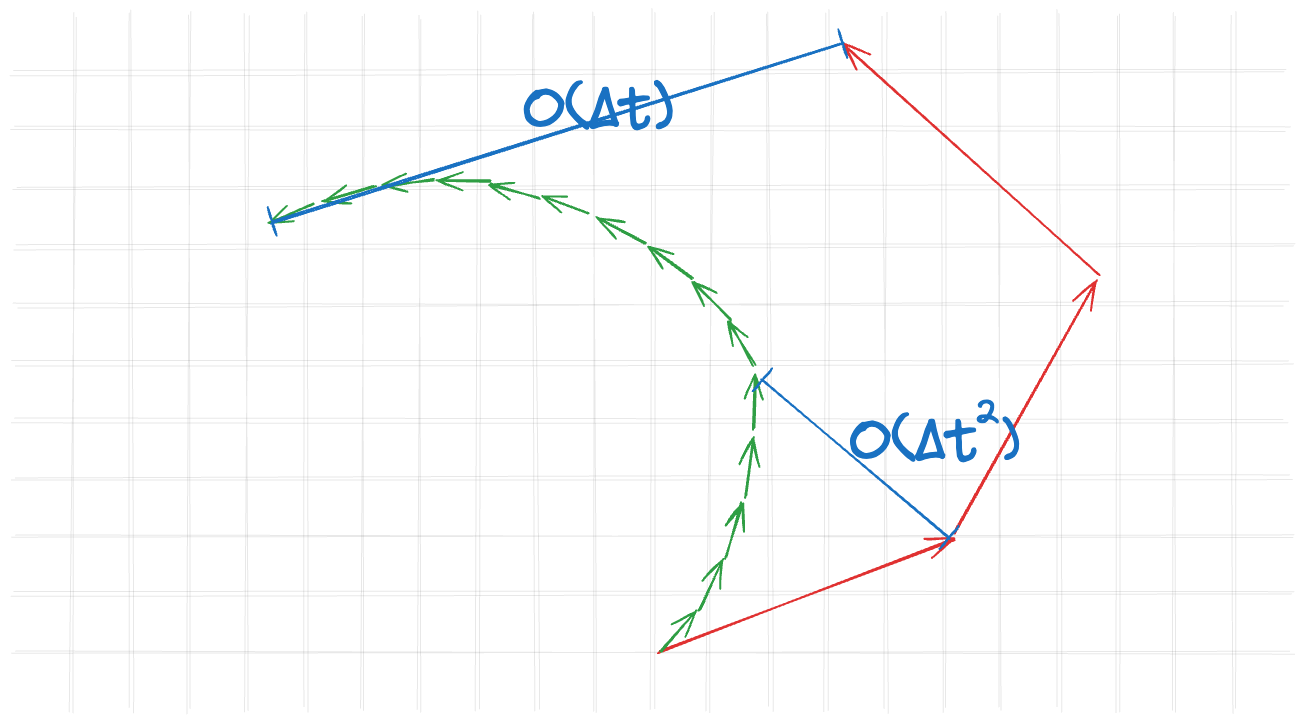
The Excalidraw diagram assets/images/numerical_method/accuracy_forward.excalidraw.png in kozakromch/game_physics_2, before a commit. Source tidied: one line per element, renumbered; positions are measured from the earlier drawing's top-left corner, leaving out a move shared by most shapes. The source it was exported from:
```json
{"id": 0, "type": "line", "strokeColor": "#1e1e1e", "strokeWidth": 1, "roughness": 2, "opacity": 10, "round": true, "x": 290, "y": 29, "width": 1272, "height": 0, "points": [[0, 0], [1272, 0]]}
{"id": 1, "type": "line", "strokeColor": "#1e1e1e", "strokeWidth": 1, "roughness": 2, "opacity": 10, "round": true, "x": 290, "y": 377, "width": 1272, "height": 0, "points": [[0, 0], [1272, 0]]}
{"id": 2, "type": "line", "strokeColor": "#1e1e1e", "strokeWidth": 1, "roughness": 2, "opacity": 10, "round": true, "x": 290, "y": 87, "width": 1275, "height": 0, "points": [[0, 0], [1275, 0]]}
{"id": 3, "type": "line", "strokeColor": "#1e1e1e", "strokeWidth": 1, "roughness": 2, "opacity": 10, "round": true, "x": 290, "y": 435, "width": 1280, "height": 0, "points": [[0, 0], [1280, 0]]}
{"id": 4, "type": "line", "strokeColor": "#1e1e1e", "strokeWidth": 1, "roughness": 2, "opacity": 10, "round": true, "x": 290, "y": 145, "width": 1273, "height": 0, "points": [[0, 0], [1273, 0]]}
{"id": 5, "type": "line", "strokeColor": "#1e1e1e", "strokeWidth": 1, "roughness": 2, "opacity": 10, "round": true, "x": 290, "y": 493, "width": 1278, "height": 0, "points": [[0, 0], [1278, 0]]}
{"id": 6, "type": "line", "strokeColor": "#1e1e1e", "strokeWidth": 1, "roughness": 2, "opacity": 10, "round": true, "x": 290, "y": 203, "width": 1280, "height": 0, "points": [[0, 0], [1280, 0]]}
{"id": 7, "type": "line", "strokeColor": "#1e1e1e", "strokeWidth": 1, "roughness": 2, "opacity": 10, "round": true, "x": 289, "y": 550, "width": 1282, "height": 0, "points": [[0, 0], [1282, 0]]}
{"id": 8, "type": "line", "strokeColor": "#1e1e1e", "strokeWidth": 1, "roughness": 2, "opacity": 10, "round": true, "x": 290, "y": 262, "width": 1271, "height": 0, "points": [[0, 0], [1271, 0]]}
{"id": 9, "type": "line", "strokeColor": "#1e1e1e", "strokeWidth": 1, "roughness": 2, "opacity": 10, "round": true, "x": 290, "y": 609, "width": 1279, "height": 0, "points": [[0, 0], [1279, 0]]}
{"id": 10, "type": "line", "strokeColor": "#1e1e1e", "strokeWidth": 1, "roughness": 2, "opacity": 10, "round": true, "x": 291, "y": 318, "width": 1277, "height": 0, "points": [[0, 0], [1277, 0]]}
{"id": 11, "type": "line", "strokeColor": "#1e1e1e", "angle": 1.57, "strokeWidth": 1, "roughness": 2, "opacity": 10, "round": true, "x": 581, "y": 317, "width": 696, "height": 0, "points": [[0, 0], [696, 0]]}
{"id": 12, "type": "line", "strokeColor": "#1e1e1e", "angle": 1.57, "strokeWidth": 1, "roughness": 2, "opacity": 10, "round": true, "x": 233, "y": 319, "width": 696, "height": 0, "points": [[0, 0], [696, 0]]}
{"id": 13, "type": "line", "strokeColor": "#1e1e1e", "angle": 1.57, "strokeWidth": 1, "roughness": 2, "opacity": 10, "round": true, "x": 523, "y": 319, "width": 697, "height": 0, "points": [[0, 0], [697, 0]]}
{"id": 14, "type": "line", "strokeColor": "#1e1e1e", "angle": 1.57, "strokeWidth": 1, "roughness": 2, "opacity": 10, "round": true, "x": 174, "y": 319, "width": 697, "height": 0, "points": [[0, 0], [697, 0]]}
{"id": 15, "type": "line", "strokeColor": "#1e1e1e", "angle": 1.57, "strokeWidth": 1, "roughness": 2, "opacity": 10, "round": true, "x": 465, "y": 319, "width": 697, "height": 0, "points": [[0, 0], [697, 0]]}
{"id": 16, "type": "line", "strokeColor": "#1e1e1e", "angle": 1.57, "strokeWidth": 1, "roughness": 2, "opacity": 10, "round": true, "x": 116, "y": 319, "width": 697, "height": 0, "points": [[0, 0], [697, 0]]}
{"id": 17, "type": "line", "strokeColor": "#1e1e1e", "angle": 1.57, "strokeWidth": 1, "roughness": 2, "opacity": 10, "round": true, "x": 406, "y": 319, "width": 697, "height": 0, "points": [[0, 0], [697, 0]]}
{"id": 18, "type": "line", "strokeColor": "#1e1e1e", "angle": 1.57, "strokeWidth": 1, "roughness": 2, "opacity": 10, "round": true, "x": 58, "y": 319, "width": 697, "height": 0, "points": [[0, 0], [697, 0]]}
{"id": 19, "type": "line", "strokeColor": "#1e1e1e", "angle": 1.57, "strokeWidth": 1, "roughness": 2, "opacity": 10, "round": true, "x": 349, "y": 319, "width": 697, "height": 0, "points": [[0, 0], [697, 0]]}
{"id": 20, "type": "line", "strokeColor": "#1e1e1e", "angle": 1.57, "strokeWidth": 1, "roughness": 2, "opacity": 10, "round": true, "x": 0, "y": 319, "width": 697, "height": 0, "points": [[0, 0], [697, 0]]}
{"id": 21, "type": "line", "strokeColor": "#1e1e1e", "angle": 1.57, "strokeWidth": 1, "roughness": 2, "opacity": 10, "round": true, "x": 290, "y": 319, "width": 696, "height": 0, "points": [[0, 0], [696, 0]]}
{"id": 22, "type": "line", "strokeColor": "#1e1e1e", "angle": 1.57, "strokeWidth": 1, "roughness": 2, "opacity": 10, "round": true, "x": 639, "y": 319, "width": 697, "height": 0, "points": [[0, 0], [697, 0]]}
{"id": 23, "type": "line", "strokeColor": "#1e1e1e", "angle": 1.57, "strokeWidth": 1, "roughness": 2, "opacity": 10, "round": true, "x": 929, "y": 319, "width": 696, "height": 0, "points": [[0, 0], [696, 0]]}
{"id": 24, "type": "line", "strokeColor": "#1e1e1e", "angle": 1.57, "strokeWidth": 1, "roughness": 2, "opacity": 10, "round": true, "x": 871, "y": 319, "width": 697, "height": 0, "points": [[0, 0], [697, 0]]}
{"id": 25, "type": "line", "strokeColor": "#1e1e1e", "angle": 1.57, "strokeWidth": 1, "roughness": 2, "opacity": 10, "round": true, "x": 1161, "y": 319, "width": 697, "height": 0, "points": [[0, 0], [697, 0]]}
{"id": 26, "type": "line", "strokeColor": "#1e1e1e", "angle": 1.57, "strokeWidth": 1, "roughness": 2, "opacity": 10, "round": true, "x": 813, "y": 319, "width": 697, "height": 0, "points": [[0, 0], [697, 0]]}
{"id": 27, "type": "line", "strokeColor": "#1e1e1e", "angle": 1.57, "strokeWidth": 1, "roughness": 2, "opacity": 10, "round": true, "x": 1103, "y": 319, "width": 697, "height": 0, "points": [[0, 0], [697, 0]]}
{"id": 28, "type": "line", "strokeColor": "#1e1e1e", "angle": 1.57, "strokeWidth": 1, "roughness": 2, "opacity": 10, "round": true, "x": 755, "y": 319, "width": 697, "height": 0, "points": [[0, 0], [697, 0]]}
{"id": 29, "type": "line", "strokeColor": "#1e1e1e", "angle": 1.57, "strokeWidth": 1, "roughness": 2, "opacity": 10, "round": true, "x": 1045, "y": 319, "width": 697, "height": 0, "points": [[0, 0], [697, 0]]}
{"id": 30, "type": "line", "strokeColor": "#1e1e1e", "angle": 1.57, "strokeWidth": 1, "roughness": 2, "opacity": 10, "round": true, "x": 697, "y": 319, "width": 697, "height": 0, "points": [[0, 0], [697, 0]]}
{"id": 31, "type": "line", "strokeColor": "#1e1e1e", "angle": 1.57, "strokeWidth": 1, "roughness": 2, "opacity": 10, "round": true, "x": 987, "y": 319, "width": 696, "height": 0, "points": [[0, 0], [696, 0]]}
{"id": 32, "type": "arrow", "strokeColor": "#e03131", "strokeWidth": 2, "roughness": 1, "endArrowhead": "arrow", "round": true, "x": 936, "y": 608, "width": 294, "height": 113, "points": [[0, 0], [294, -113]]}
{"id": 33, "type": "arrow", "strokeColor": "#e03131", "strokeWidth": 2, "roughness": 1, "endArrowhead": "arrow", "round": true, "x": 1230, "y": 490, "width": 144, "height": 252, "points": [[0, 0], [144, -252]]}
{"id": 34, "type": "arrow", "strokeColor": "#e03131", "strokeWidth": 2, "roughness": 1, "endArrowhead": "arrow", "round": true, "x": 1376, "y": 231, "width": 256, "height": 231, "points": [[0, 0], [-256, -231]]}
{"id": 35, "type": "arrow", "strokeColor": "#2f9e44", "strokeWidth": 2, "roughness": 1, "endArrowhead": "arrow", "round": true, "x": 937, "y": 608, "width": 36, "height": 41, "points": [[0, 0], [36, -41]]}
{"id": 36, "type": "arrow", "strokeColor": "#2f9e44", "strokeWidth": 2, "roughness": 1, "endArrowhead": "arrow", "round": true, "x": 976, "y": 568, "width": 24, "height": 52, "points": [[0, 0], [24, -52]]}
{"id": 37, "type": "arrow", "strokeColor": "#2f9e44", "strokeWidth": 2, "roughness": 1, "endArrowhead": "arrow", "round": true, "x": 1003, "y": 514, "width": 15, "height": 55, "points": [[0, 0], [15, -55]]}
{"id": 38, "type": "arrow", "strokeColor": "#2f9e44", "strokeWidth": 2, "roughness": 1, "endArrowhead": "arrow", "round": true, "x": 1022, "y": 453, "width": 8, "height": 59, "points": [[0, 0], [8, -59]]}
{"id": 39, "type": "arrow", "strokeColor": "#2f9e44", "strokeWidth": 2, "roughness": 1, "endArrowhead": "arrow", "round": true, "x": 1031, "y": 385, "width": 1, "height": 53, "points": [[0, 0], [1, -53]]}
{"id": 40, "type": "arrow", "strokeColor": "#2f9e44", "angle": 5.06, "strokeWidth": 2, "roughness": 1, "endArrowhead": "arrow", "round": true, "x": 1001, "y": 320, "width": 33, "height": 38, "points": [[0, 0], [33, -38]]}
{"id": 41, "type": "arrow", "strokeColor": "#2f9e44", "angle": 5.06, "strokeWidth": 2, "roughness": 1, "endArrowhead": "arrow", "round": true, "x": 977, "y": 282, "width": 23, "height": 48, "points": [[0, 0], [23, -48]]}
{"id": 42, "type": "arrow", "strokeColor": "#2f9e44", "angle": 5.06, "strokeWidth": 2, "roughness": 1, "endArrowhead": "arrow", "round": true, "x": 940, "y": 245, "width": 14, "height": 51, "points": [[0, 0], [14, -51]]}
{"id": 43, "type": "arrow", "strokeColor": "#2f9e44", "angle": 5.06, "strokeWidth": 2, "roughness": 1, "endArrowhead": "arrow", "round": true, "x": 894, "y": 214, "width": 8, "height": 55, "points": [[0, 0], [8, -55]]}
{"id": 44, "type": "arrow", "strokeColor": "#2f9e44", "angle": 5.06, "strokeWidth": 2, "roughness": 1, "endArrowhead": "arrow", "round": true, "x": 841, "y": 186, "width": 1, "height": 49, "points": [[0, 0], [1, -49]]}
{"id": 45, "type": "arrow", "strokeColor": "#2f9e44", "angle": 4.29, "strokeWidth": 2, "roughness": 1, "endArrowhead": "arrow", "round": true, "x": 774, "y": 168, "width": 33, "height": 38, "points": [[0, 0], [33, -38]]}
{"id": 46, "type": "arrow", "strokeColor": "#2f9e44", "angle": 4.29, "strokeWidth": 2, "roughness": 1, "endArrowhead": "arrow", "round": true, "x": 729, "y": 162, "width": 23, "height": 48, "points": [[0, 0], [23, -48]]}
{"id": 47, "type": "arrow", "strokeColor": "#2f9e44", "angle": 4.29, "strokeWidth": 2, "roughness": 1, "endArrowhead": "arrow", "round": true, "x": 677, "y": 165, "width": 14, "height": 51, "points": [[0, 0], [14, -51]]}
{"id": 48, "type": "arrow", "strokeColor": "#2f9e44", "angle": 4.29, "strokeWidth": 2, "roughness": 1, "endArrowhead": "arrow", "round": true, "x": 622, "y": 177, "width": 8, "height": 55, "points": [[0, 0], [8, -55]]}
{"id": 49, "type": "arrow", "strokeColor": "#2f9e44", "angle": 4.29, "strokeWidth": 2, "roughness": 1, "endArrowhead": "arrow", "round": true, "x": 567, "y": 195, "width": 1, "height": 49, "points": [[0, 0], [1, -49]]}
{"id": 50, "type": "arrow", "strokeColor": "#1971c2", "strokeWidth": 2, "roughness": 1, "startArrowhead": "bar", "endArrowhead": "bar", "round": true, "x": 1039, "y": 335, "width": 187, "height": 160, "points": [[0, 0], [187, 160]]}
{"id": 51, "type": "arrow", "strokeColor": "#1971c2", "strokeWidth": 2, "roughness": 1, "startArrowhead": "bar", "endArrowhead": "bar", "round": true, "x": 548, "y": 178, "width": 572, "height": 178, "points": [[0, 0], [572, -178]]}
{"id": 52, "type": "text", "text": "O(∆t", "strokeColor": "#1971c2", "strokeWidth": 2, "roughness": 1, "fontSize": 58.46, "fontFamily": 1, "x": 1126, "y": 363, "width": 131, "height": 73}
{"id": 53, "type": "text", "text": "    O(∆t)", "strokeColor": "#1971c2", "strokeWidth": 2, "roughness": 1, "fontSize": 58.46, "fontFamily": 1, "x": 682, "y": 32, "width": 267, "height": 73}
{"id": 54, "type": "text", "text": "2", "strokeColor": "#1971c2", "strokeWidth": 2, "roughness": 1, "fontSize": 36, "fontFamily": 1, "x": 1250, "y": 347, "width": 26, "height": 45}
{"id": 55, "type": "text", "text": ")", "strokeColor": "#1971c2", "strokeWidth": 2, "roughness": 1, "fontSize": 51.53, "fontFamily": 1, "x": 1278, "y": 369, "width": 17, "height": 64}
```
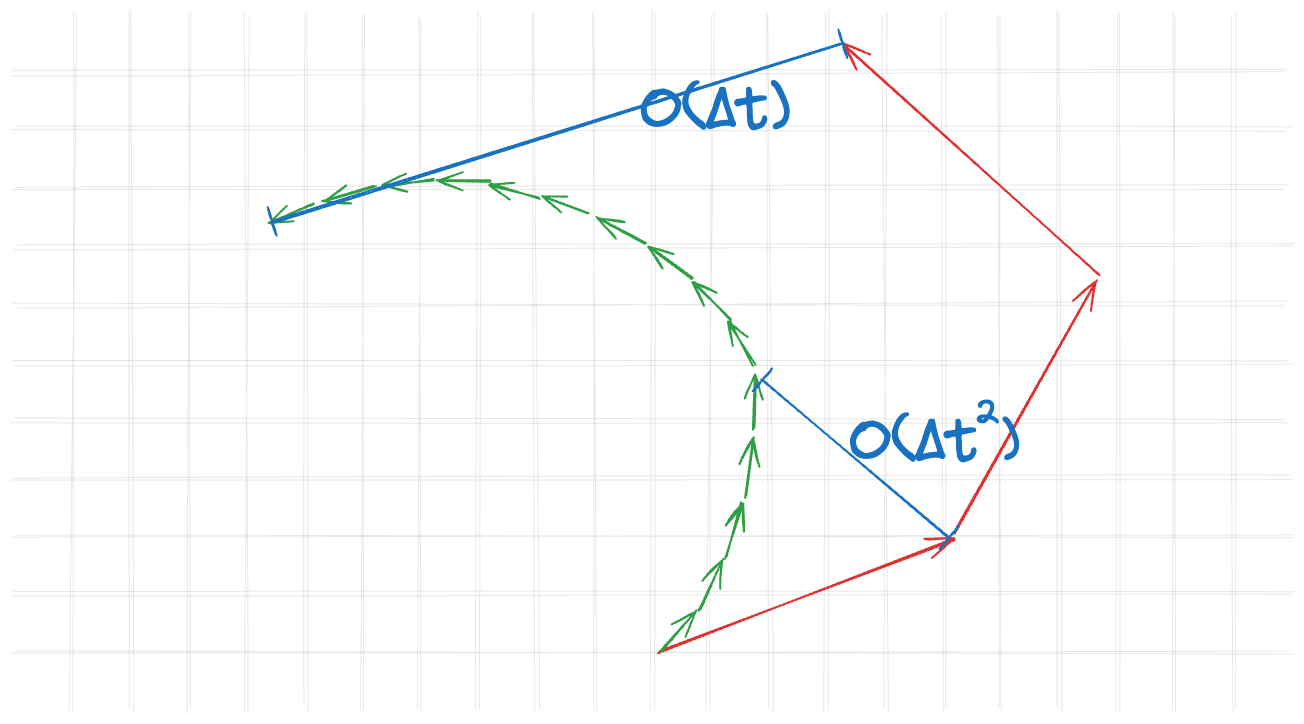
The same diagram one commit later.

Change to the diagram source:
```diff
@@ -51,6 +51,6 @@
 {"id": 50, "type": "arrow", "strokeColor": "#1971c2", "strokeWidth": 2, "roughness": 1, "startArrowhead": "bar", "endArrowhead": "bar", "round": true, "x": 1039, "y": 335, "width": 187, "height": 160, "points": [[0, 0], [187, 160]]}
 {"id": 51, "type": "arrow", "strokeColor": "#1971c2", "strokeWidth": 2, "roughness": 1, "startArrowhead": "bar", "endArrowhead": "bar", "round": true, "x": 548, "y": 178, "width": 572, "height": 178, "points": [[0, 0], [572, -178]]}
 {"id": 52, "type": "text", "text": "O(∆t", "strokeColor": "#1971c2", "strokeWidth": 2, "roughness": 1, "fontSize": 58.46, "fontFamily": 1, "x": 1126, "y": 363, "width": 131, "height": 73}
-{"id": 53, "type": "text", "text": "    O(∆t)", "strokeColor": "#1971c2", "strokeWidth": 2, "roughness": 1, "fontSize": 58.46, "fontFamily": 1, "x": 682, "y": 32, "width": 267, "height": 73}
+{"id": 53, "type": "text", "text": "        O(∆t)", "strokeColor": "#1971c2", "strokeWidth": 2, "roughness": 1, "fontSize": 58.46, "fontFamily": 1, "x": 682, "y": 32, "width": 384, "height": 73}
 {"id": 54, "type": "text", "text": "2", "strokeColor": "#1971c2", "strokeWidth": 2, "roughness": 1, "fontSize": 36, "fontFamily": 1, "x": 1250, "y": 347, "width": 26, "height": 45}
 {"id": 55, "type": "text", "text": ")", "strokeColor": "#1971c2", "strokeWidth": 2, "roughness": 1, "fontSize": 51.53, "fontFamily": 1, "x": 1278, "y": 369, "width": 17, "height": 64}
```
